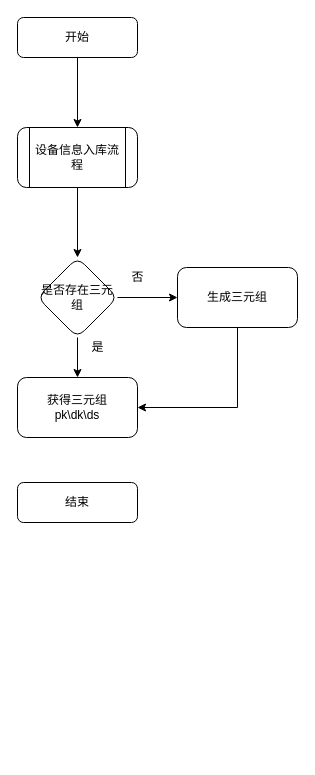
Before: 设备连接流程.drawio in wjwzero/DesignDrawing-, a draw.io diagram. Source tidied: cells renumbered, new cells numbered last; positions are measured from the earlier drawing's top-left corner, leaving out a move shared by most shapes. Both pictures are drawn from the tidied source at 100%, with x=0, y=0 at pixel (17, 17).
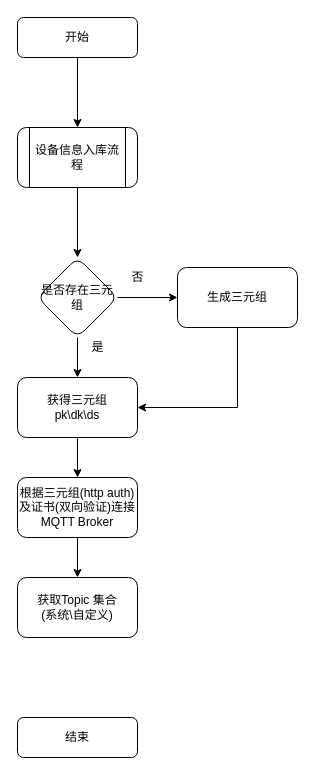
After the change.

Commit message (it also covers changes not shown here):
更新设备连接流程.drawio

The change refers to these unchanged cells:
```xml
<mxCell id="7" value="获得三元组&lt;br&gt;pk\dk\ds" style="whiteSpace=wrap;html=1;rounded=1;shadow=0;strokeWidth=1;glass=0;" parent="1" vertex="1">
  <mxGeometry y="360" width="120" height="60" as="geometry" />
</mxCell>
```

The edit, as a diff of the source:
```diff
@@
     <mxCell id="4" value="结束" style="rounded=1;whiteSpace=wrap;html=1;fontSize=12;glass=0;strokeWidth=1;shadow=0;" parent="1" vertex="1">
-      <mxGeometry y="465" width="120" height="40" as="geometry" />
+      <mxGeometry y="700" width="120" height="40" as="geometry" />
     </mxCell>
@@
+    <mxCell id="15" style="edgeStyle=orthogonalEdgeStyle;rounded=0;jettySize=auto;html=1;" parent="1" edge="1" source="7" target="17">
+      <mxGeometry relative="1" as="geometry" />
+    </mxCell>
@@
+    <mxCell id="16" style="edgeStyle=orthogonalEdgeStyle;rounded=0;jettySize=auto;html=1;" parent="1" edge="1" source="17" target="18">
+      <mxGeometry relative="1" as="geometry" />
+    </mxCell>
+    <mxCell id="17" value="根据三元组(http auth)及证书(双向验证)连接MQTT Broker" style="whiteSpace=wrap;html=1;rounded=1;shadow=0;strokeWidth=1;glass=0;" parent="1" vertex="1">
+      <mxGeometry y="460" width="120" height="60" as="geometry" />
+    </mxCell>
+    <mxCell id="18" value="&lt;span&gt;获取Topic 集合&lt;/span&gt;&lt;br&gt;&lt;span&gt;(系统\自定义)&lt;/span&gt;" style="whiteSpace=wrap;html=1;rounded=1;shadow=0;strokeWidth=1;glass=0;" parent="1" vertex="1">
+      <mxGeometry y="560" width="120" height="60" as="geometry" />
+    </mxCell>
```
